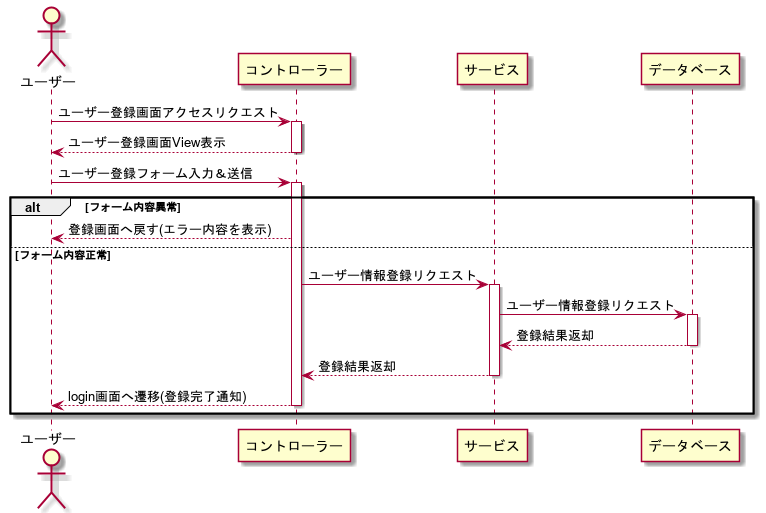
Earlier version of the PlantUML export plantuml/signup_se.png (yasusi-1234/my_todo_application).
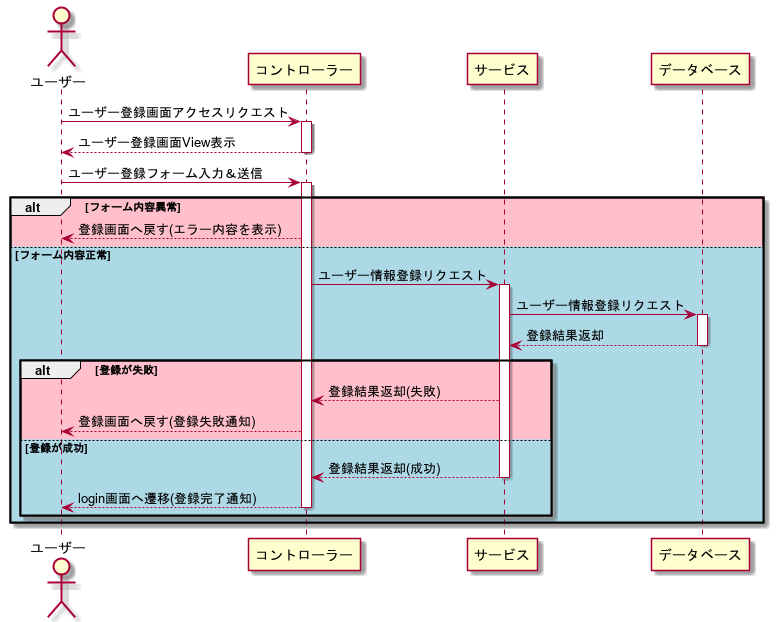
The same diagram one commit later.

Commit message:
ユーザー登録処理のシーケンス図のユーザー登録が失敗した際の処理情報追加

Change to the diagram source:
```diff
@@ -8,18 +8,25 @@
 
 user -> コントローラー: ユーザー登録フォーム入力＆送信
 activate コントローラー
-alt フォーム内容異常
+alt #pink フォーム内容異常
     コントローラー --> user: 登録画面へ戻す(エラー内容を表示)
-else フォーム内容正常
+else #lightblue フォーム内容正常
     コントローラー -> サービス: ユーザー情報登録リクエスト
     activate サービス
     サービス -> データベース: ユーザー情報登録リクエスト
     activate データベース
     データベース --> サービス: 登録結果返却
     deactivate データベース
-    サービス --> コントローラー: 登録結果返却
-    deactivate サービス
-    コントローラー --> user: login画面へ遷移(登録完了通知)
-    deactivate コントローラー
+
+    alt #pink 登録が失敗
+        サービス --> コントローラー: 登録結果返却(失敗)
+        コントローラー --> user: 登録画面へ戻す(登録失敗通知)
+    else #lightblue 登録が成功
+        サービス --> コントローラー: 登録結果返却(成功)
+        deactivate サービス
+        コントローラー --> user: login画面へ遷移(登録完了通知)
+        deactivate コントローラー
+
+    end
 end
 @enduml
```
